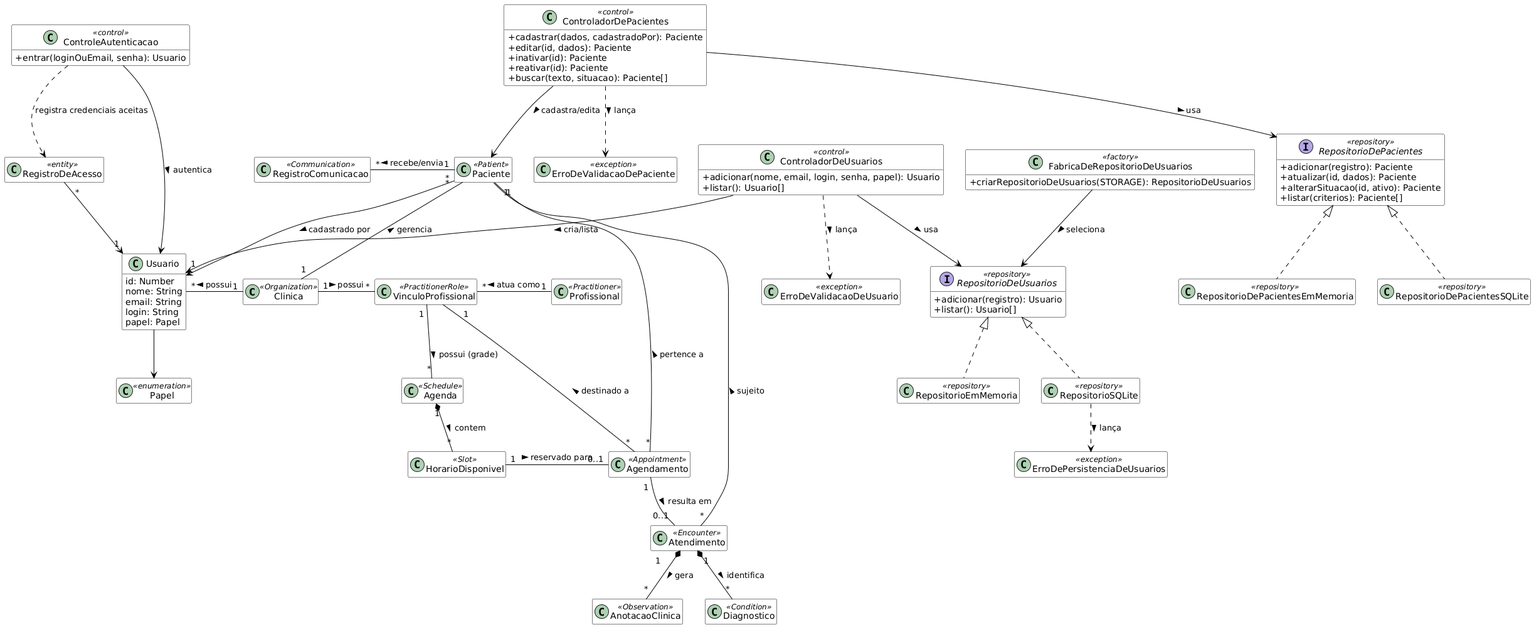
beatrizmontenegro07/projeto-metodos keeps this PlantUML diagram as docs/relatorio/images/classes-de-analise.png. Above is the earlier version. The source it was exported from:
```plantuml
@startuml
skinparam classAttributeIconSize 0
hide empty methods
hide empty attributes
skinparam class {
    BackgroundColor White
    ArrowColor Black
    BorderColor Black
}

class Clinica <<Organization>>
class Usuario {
  id: Number
  nome: String
  email: String
  login: String
  papel: Papel
}
class Papel <<enumeration>>
class RegistroDeAcesso <<entity>>
RegistroDeAcesso "*" --> "1" Usuario
ControleAutenticacao ..> RegistroDeAcesso : registra credenciais aceitas
class Paciente <<Patient>>
class Profissional <<Practitioner>>
class VinculoProfissional <<PractitionerRole>>

class ControladorDeUsuarios <<control>> {
  +adicionar(nome, email, login, senha, papel): Usuario
  +listar(): Usuario[]
}
interface RepositorioDeUsuarios <<repository>> {
  +adicionar(registro): Usuario
  +listar(): Usuario[]
}
class RepositorioEmMemoria <<repository>>
class RepositorioSQLite <<repository>>
class FabricaDeRepositorioDeUsuarios <<factory>> {
  +criarRepositorioDeUsuarios(STORAGE): RepositorioDeUsuarios
}
class ErroDeValidacaoDeUsuario <<exception>>
class ErroDePersistenciaDeUsuarios <<exception>>

class ControleAutenticacao <<control>> {
  +entrar(loginOuEmail, senha): Usuario
}
class ControladorDePacientes <<control>> {
  +cadastrar(dados, cadastradoPor): Paciente
  +editar(id, dados): Paciente
  +inativar(id): Paciente
  +reativar(id): Paciente
  +buscar(texto, situacao): Paciente[]
}
interface RepositorioDePacientes <<repository>> {
  +adicionar(registro): Paciente
  +atualizar(id, dados): Paciente
  +alterarSituacao(id, ativo): Paciente
  +listar(criterios): Paciente[]
}
class RepositorioDePacientesEmMemoria <<repository>>
class RepositorioDePacientesSQLite <<repository>>
class ErroDeValidacaoDePaciente <<exception>>

class Agenda <<Schedule>>
class HorarioDisponivel <<Slot>>
class Agendamento <<Appointment>>

class RegistroComunicacao <<Communication>>

class Atendimento <<Encounter>>
class AnotacaoClinica <<Observation>>
class Diagnostico <<Condition>>

Clinica "1" -down- "*" Paciente : gerencia >
Clinica "1" -right- "*" VinculoProfissional : possui >
Profissional "1" -left- "*" VinculoProfissional : atua como >
Clinica "1" -left- "*" Usuario : possui >
Usuario --> Papel

ControladorDeUsuarios --> Usuario : cria/lista >
ControladorDeUsuarios --> RepositorioDeUsuarios : usa >
ControladorDeUsuarios ..> ErroDeValidacaoDeUsuario : lança >
RepositorioDeUsuarios <|.. RepositorioEmMemoria
RepositorioDeUsuarios <|.. RepositorioSQLite
RepositorioSQLite ..> ErroDePersistenciaDeUsuarios : lança >
FabricaDeRepositorioDeUsuarios --> RepositorioDeUsuarios : seleciona >

ControleAutenticacao --> Usuario : autentica >
Paciente "*" --> "1" Usuario : cadastrado por >
ControladorDePacientes --> Paciente : cadastra/edita >
ControladorDePacientes --> RepositorioDePacientes : usa >
ControladorDePacientes ..> ErroDeValidacaoDePaciente : lança >
RepositorioDePacientes <|.. RepositorioDePacientesEmMemoria
RepositorioDePacientes <|.. RepositorioDePacientesSQLite

Paciente "1" -left- "*" RegistroComunicacao : recebe/envia >

VinculoProfissional "1" -down- "*" Agenda : possui (grade) >
Agenda "1" *-down- "*" HorarioDisponivel : contem >
HorarioDisponivel "1" -right- "0..1" Agendamento : reservado para >
Agendamento "*" -up- "1" Paciente : pertence a >
Agendamento "*" -up- "1" VinculoProfissional : destinado a >

Agendamento "1" -down- "0..1" Atendimento : resulta em >
Atendimento "*" -up- "1" Paciente : sujeito >

Atendimento "1" *-down- "*" AnotacaoClinica : gera >
Atendimento "1" *-down- "*" Diagnostico : identifica >

@enduml
```
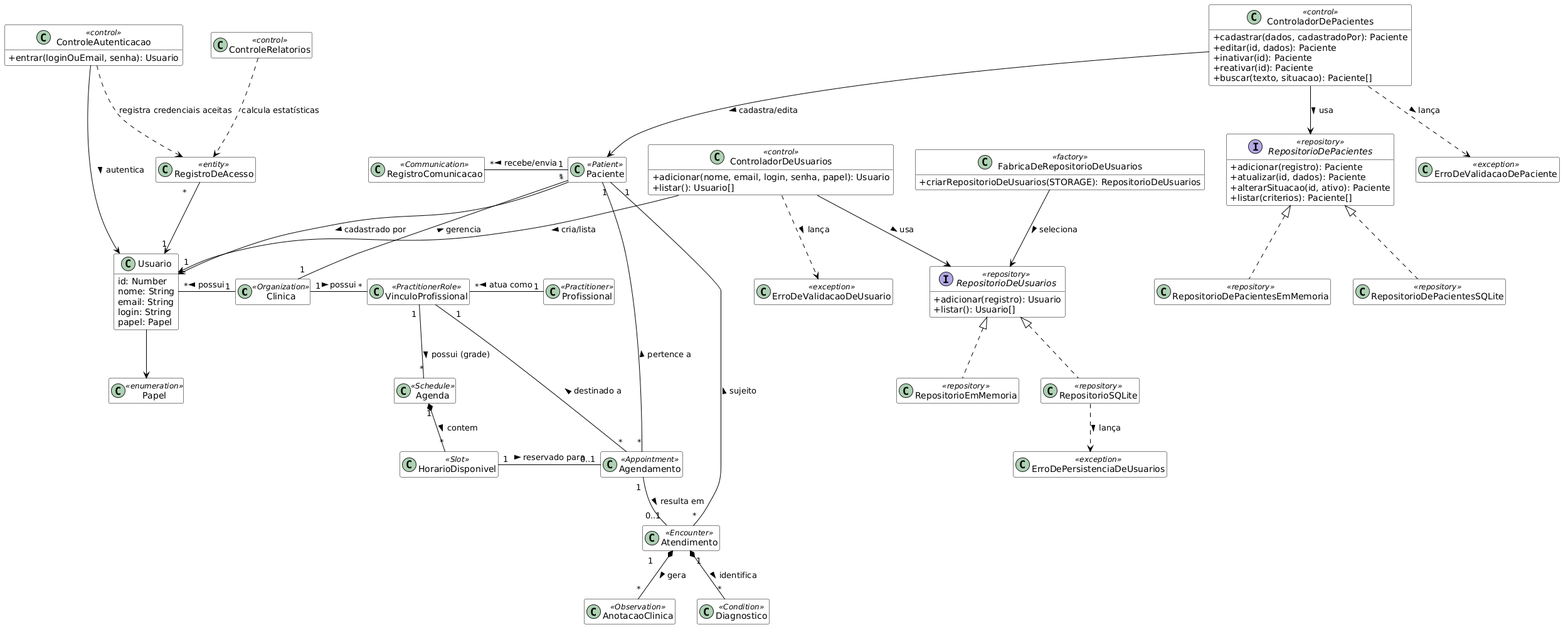
Later version of the same file.

Diff of the diagram source:
```diff
@@ -18,6 +18,8 @@
 }
 class Papel <<enumeration>>
 class RegistroDeAcesso <<entity>>
+class ControleRelatorios <<control>>
+ControleRelatorios ..> RegistroDeAcesso : calcula estatísticas
 RegistroDeAcesso "*" --> "1" Usuario
 ControleAutenticacao ..> RegistroDeAcesso : registra credenciais aceitas
 class Paciente <<Patient>>
```
